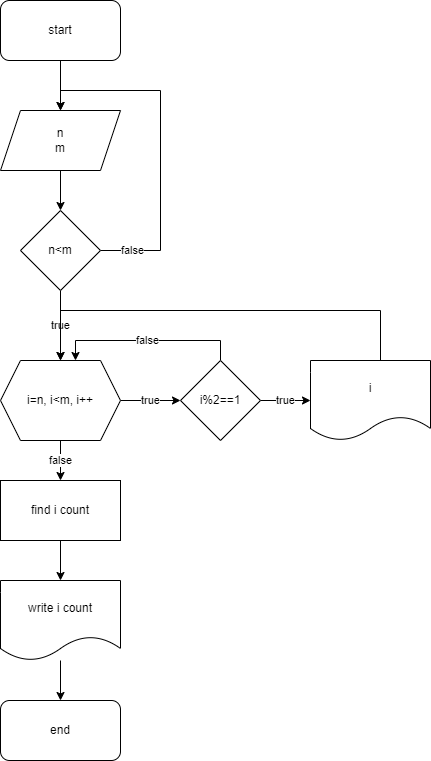
rasulvh/Diagrams keeps this draw.io diagram as Find i count.png. Above is the earlier version. Source tidied: cells renumbered, new cells last; positions are measured from the earlier drawing's top-left corner, leaving out a move shared by most shapes.
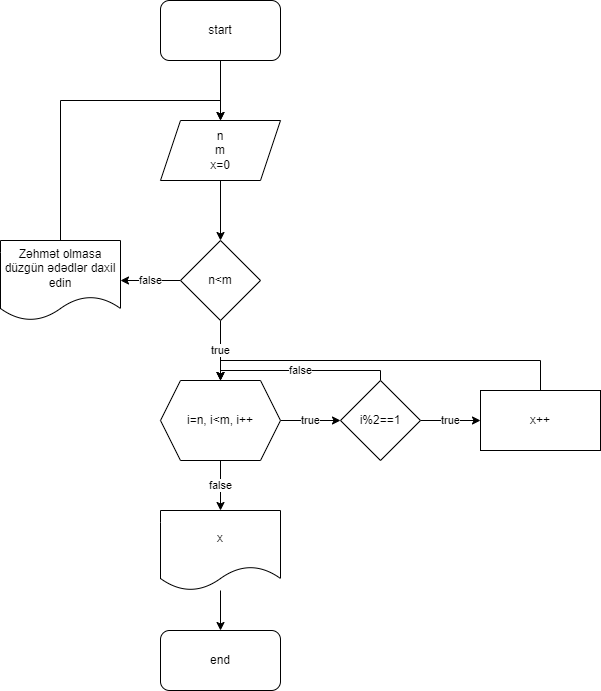
Above is the later version.

Change to the diagram source:
```diff
@@ -2,81 +2,80 @@
   <root>
     <mxCell id="0" />
     <mxCell id="1" parent="0" />
-    <mxCell id="2" style="edgeStyle=orthogonalEdgeStyle;rounded=0;jettySize=auto;html=1;" parent="1" edge="1" source="3" target="5">
-      <mxGeometry relative="1" as="geometry" />
-    </mxCell>
+    <mxCell id="22" style="edgeStyle=orthogonalEdgeStyle;rounded=0;jettySize=auto;html=1;" parent="1" edge="1" source="3" target="24">
+      <mxGeometry relative="1" as="geometry" />
+    </mxCell>
     <mxCell id="3" value="start" style="rounded=1;whiteSpace=wrap;html=1;" parent="1" vertex="1">
-      <mxGeometry width="120" height="60" as="geometry" />
+      <mxGeometry y="-80" width="120" height="60" as="geometry" />
     </mxCell>
-    <mxCell id="4" style="edgeStyle=orthogonalEdgeStyle;rounded=0;jettySize=auto;html=1;" parent="1" edge="1" source="5" target="8">
-      <mxGeometry relative="1" as="geometry" />
-    </mxCell>
-    <mxCell id="5" value="n&lt;br&gt;m" style="shape=parallelogram;perimeter=parallelogramPerimeter;whiteSpace=wrap;html=1;fixedSize=1;" parent="1" vertex="1">
-      <mxGeometry y="110" width="120" height="60" as="geometry" />
-    </mxCell>
-    <mxCell id="6" value="false" style="edgeStyle=orthogonalEdgeStyle;rounded=0;jettySize=auto;html=1;entryX=0.5;entryY=0;entryDx=0;entryDy=0;" parent="1" edge="1" source="8" target="5">
-      <mxGeometry x="-0.81" relative="1" as="geometry">
-        <Array as="points">
-          <mxPoint x="160" y="250" />
-          <mxPoint x="160" y="90" />
-          <mxPoint x="60" y="90" />
-        </Array>
-      </mxGeometry>
-    </mxCell>
+    <mxCell id="23" style="edgeStyle=orthogonalEdgeStyle;rounded=0;jettySize=auto;html=1;" parent="1" edge="1" source="24" target="8">
+      <mxGeometry relative="1" as="geometry" />
+    </mxCell>
+    <mxCell id="24" value="n&lt;br&gt;m&lt;br&gt;x=0" style="shape=parallelogram;perimeter=parallelogramPerimeter;whiteSpace=wrap;html=1;fixedSize=1;" parent="1" vertex="1">
+      <mxGeometry y="40" width="120" height="60" as="geometry" />
+    </mxCell>
+    <mxCell id="25" value="false" style="edgeStyle=orthogonalEdgeStyle;rounded=0;jettySize=auto;html=1;" parent="1" edge="1" source="8" target="27">
+      <mxGeometry relative="1" as="geometry" />
+    </mxCell>
     <mxCell id="7" value="true" style="edgeStyle=orthogonalEdgeStyle;rounded=0;jettySize=auto;html=1;" parent="1" edge="1" source="8" target="11">
       <mxGeometry relative="1" as="geometry" />
     </mxCell>
     <mxCell id="8" value="n&amp;lt;m" style="rhombus;whiteSpace=wrap;html=1;" parent="1" vertex="1">
-      <mxGeometry x="20" y="210" width="80" height="80" as="geometry" />
+      <mxGeometry x="20" y="160" width="80" height="80" as="geometry" />
     </mxCell>
+    <mxCell id="26" style="edgeStyle=orthogonalEdgeStyle;rounded=0;jettySize=auto;html=1;entryX=0.5;entryY=0;entryDx=0;entryDy=0;" parent="1" edge="1" source="27" target="24">
+      <mxGeometry relative="1" as="geometry">
+        <Array as="points">
+          <mxPoint x="-100" y="20" />
+          <mxPoint x="60" y="20" />
+        </Array>
+      </mxGeometry>
+    </mxCell>
+    <mxCell id="27" value="Zəhmət olmasa düzgün ədədlər daxil edin" style="shape=document;whiteSpace=wrap;html=1;boundedLbl=1;" parent="1" vertex="1">
+      <mxGeometry x="-160" y="160" width="120" height="80" as="geometry" />
+    </mxCell>
+    <mxCell id="28" value="false" style="edgeStyle=orthogonalEdgeStyle;rounded=0;jettySize=auto;html=1;" parent="1" edge="1" source="11" target="30">
+      <mxGeometry relative="1" as="geometry" />
+    </mxCell>
     <mxCell id="9" value="true" style="edgeStyle=orthogonalEdgeStyle;rounded=0;jettySize=auto;html=1;" parent="1" edge="1" source="11" target="14">
       <mxGeometry relative="1" as="geometry" />
     </mxCell>
-    <mxCell id="10" value="false" style="edgeStyle=orthogonalEdgeStyle;rounded=0;jettySize=auto;html=1;" parent="1" edge="1" source="11" target="18">
-      <mxGeometry relative="1" as="geometry" />
-    </mxCell>
     <mxCell id="11" value="i=n, i&amp;lt;m, i++" style="shape=hexagon;perimeter=hexagonPerimeter2;whiteSpace=wrap;html=1;fixedSize=1;" parent="1" vertex="1">
-      <mxGeometry y="360" width="120" height="80" as="geometry" />
+      <mxGeometry y="300" width="120" height="80" as="geometry" />
     </mxCell>
-    <mxCell id="12" value="false" style="edgeStyle=orthogonalEdgeStyle;rounded=0;jettySize=auto;html=1;entryX=0.625;entryY=0;entryDx=0;entryDy=0;" parent="1" edge="1" source="14" target="11">
-      <mxGeometry relative="1" as="geometry">
-        <Array as="points">
-          <mxPoint x="220" y="340" />
-          <mxPoint x="75" y="340" />
-        </Array>
-      </mxGeometry>
-    </mxCell>
-    <mxCell id="13" value="true" style="edgeStyle=orthogonalEdgeStyle;rounded=0;jettySize=auto;html=1;" parent="1" edge="1" source="14" target="16">
-      <mxGeometry relative="1" as="geometry" />
-    </mxCell>
+    <mxCell id="29" style="edgeStyle=orthogonalEdgeStyle;rounded=0;jettySize=auto;html=1;" parent="1" edge="1" source="30" target="19">
+      <mxGeometry relative="1" as="geometry" />
+    </mxCell>
+    <mxCell id="30" value="x" style="shape=document;whiteSpace=wrap;html=1;boundedLbl=1;" parent="1" vertex="1">
+      <mxGeometry y="430" width="120" height="80" as="geometry" />
+    </mxCell>
+    <mxCell id="19" value="end" style="rounded=1;whiteSpace=wrap;html=1;" parent="1" vertex="1">
+      <mxGeometry y="550" width="120" height="60" as="geometry" />
+    </mxCell>
+    <mxCell id="6" value="false" style="edgeStyle=orthogonalEdgeStyle;rounded=0;jettySize=auto;html=1;entryX=0.5;entryY=0;entryDx=0;entryDy=0;" parent="1" edge="1" source="14" target="11">
+      <mxGeometry relative="1" as="geometry">
+        <Array as="points">
+          <mxPoint x="220" y="290" />
+          <mxPoint x="60" y="290" />
+        </Array>
+      </mxGeometry>
+    </mxCell>
+    <mxCell id="31" value="true" style="edgeStyle=orthogonalEdgeStyle;rounded=0;jettySize=auto;html=1;" parent="1" edge="1" source="14" target="33">
+      <mxGeometry relative="1" as="geometry" />
+    </mxCell>
     <mxCell id="14" value="i%2==1" style="rhombus;whiteSpace=wrap;html=1;" parent="1" vertex="1">
-      <mxGeometry x="180" y="360" width="80" height="80" as="geometry" />
+      <mxGeometry x="180" y="300" width="80" height="80" as="geometry" />
     </mxCell>
-    <mxCell id="15" style="edgeStyle=orthogonalEdgeStyle;rounded=0;jettySize=auto;html=1;entryX=0.5;entryY=0;entryDx=0;entryDy=0;" parent="1" edge="1" source="16" target="11">
-      <mxGeometry relative="1" as="geometry">
-        <Array as="points">
-          <mxPoint x="380" y="310" />
-          <mxPoint x="60" y="310" />
-        </Array>
-      </mxGeometry>
-    </mxCell>
-    <mxCell id="16" value="i" style="shape=document;whiteSpace=wrap;html=1;boundedLbl=1;" parent="1" vertex="1">
-      <mxGeometry x="310" y="360" width="120" height="80" as="geometry" />
-    </mxCell>
-    <mxCell id="17" style="edgeStyle=orthogonalEdgeStyle;rounded=0;jettySize=auto;html=1;" parent="1" edge="1" source="18" target="21">
-      <mxGeometry relative="1" as="geometry" />
-    </mxCell>
-    <mxCell id="18" value="find i count" style="rounded=0;whiteSpace=wrap;html=1;" parent="1" vertex="1">
-      <mxGeometry y="480" width="120" height="60" as="geometry" />
-    </mxCell>
-    <mxCell id="19" value="end" style="rounded=1;whiteSpace=wrap;html=1;" parent="1" vertex="1">
-      <mxGeometry y="700" width="120" height="60" as="geometry" />
-    </mxCell>
-    <mxCell id="20" style="edgeStyle=orthogonalEdgeStyle;rounded=0;jettySize=auto;html=1;" parent="1" edge="1" source="21" target="19">
-      <mxGeometry relative="1" as="geometry" />
-    </mxCell>
-    <mxCell id="21" value="write i count" style="shape=document;whiteSpace=wrap;html=1;boundedLbl=1;" parent="1" vertex="1">
-      <mxGeometry y="580" width="120" height="80" as="geometry" />
-    </mxCell>
+    <mxCell id="32" style="edgeStyle=orthogonalEdgeStyle;rounded=0;jettySize=auto;html=1;entryX=0.5;entryY=0;entryDx=0;entryDy=0;" parent="1" edge="1" source="33" target="11">
+      <mxGeometry relative="1" as="geometry">
+        <Array as="points">
+          <mxPoint x="380" y="280" />
+          <mxPoint x="60" y="280" />
+        </Array>
+      </mxGeometry>
+    </mxCell>
+    <mxCell id="33" value="x++" style="whiteSpace=wrap;html=1;" parent="1" vertex="1">
+      <mxGeometry x="320" y="310" width="120" height="60" as="geometry" />
+    </mxCell>
   </root>
 </mxGraphModel>
```
